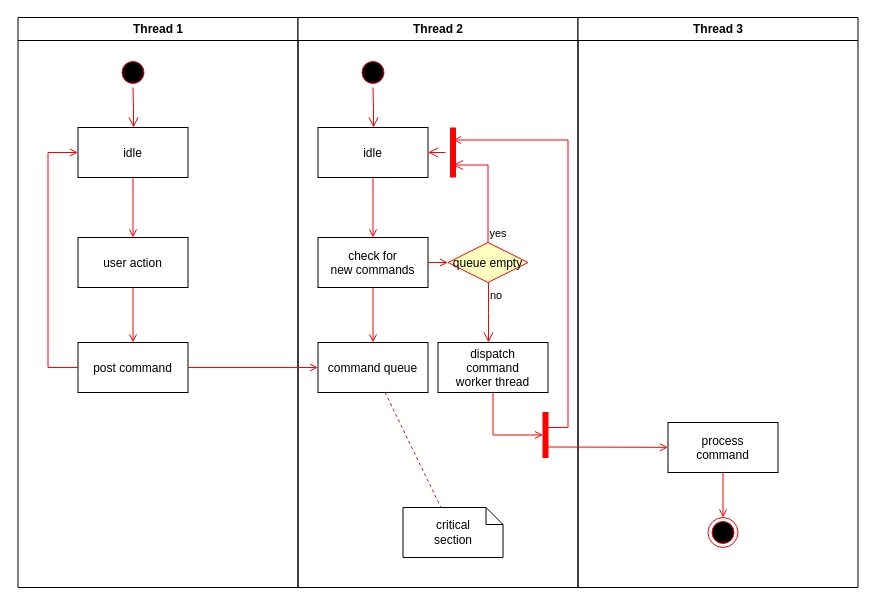
This is Untitled Diagram.drawio from Y3z3ki3l/uml_diagrams, a draw.io file, before an edit. Source tidied: cells renumbered, new cells numbered last; positions are measured from the earlier drawing's top-left corner, leaving out a move shared by most shapes. Both pictures are drawn from the tidied source at 100%, with x=0, y=0 at pixel (17, 17).
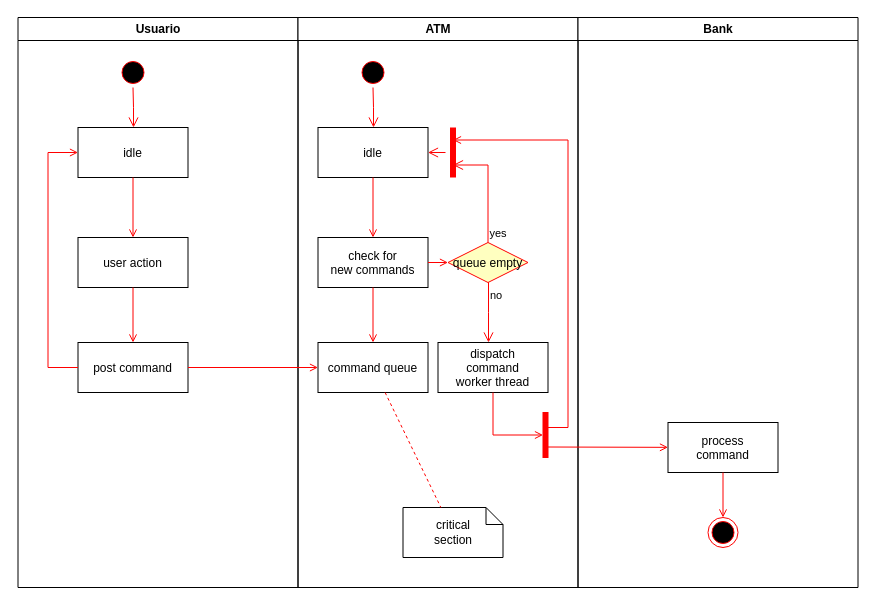
After the change.

The edit, as a diff of the source:
```diff
@@
-    <mxCell id="2" value="Thread 1" style="swimlane;whiteSpace=wrap;" parent="1" vertex="1">
+    <mxCell id="2" value="Usuario" style="swimlane;whiteSpace=wrap;" parent="1" vertex="1">
       <mxGeometry x="0.5" width="280" height="570" as="geometry" />
     </mxCell>
@@
-    <mxCell id="11" value="Thread 2" style="swimlane;whiteSpace=wrap;" parent="1" vertex="1">
+    <mxCell id="11" value="ATM" style="swimlane;whiteSpace=wrap;" parent="1" vertex="1">
       <mxGeometry x="280.5" width="280" height="570" as="geometry" />
     </mxCell>
@@
-    <mxCell id="30" value="Thread 3" style="swimlane;whiteSpace=wrap;" parent="1" vertex="1">
+    <mxCell id="30" value="Bank" style="swimlane;whiteSpace=wrap;" parent="1" vertex="1">
       <mxGeometry x="560.5" width="280" height="570" as="geometry" />
     </mxCell>
```
